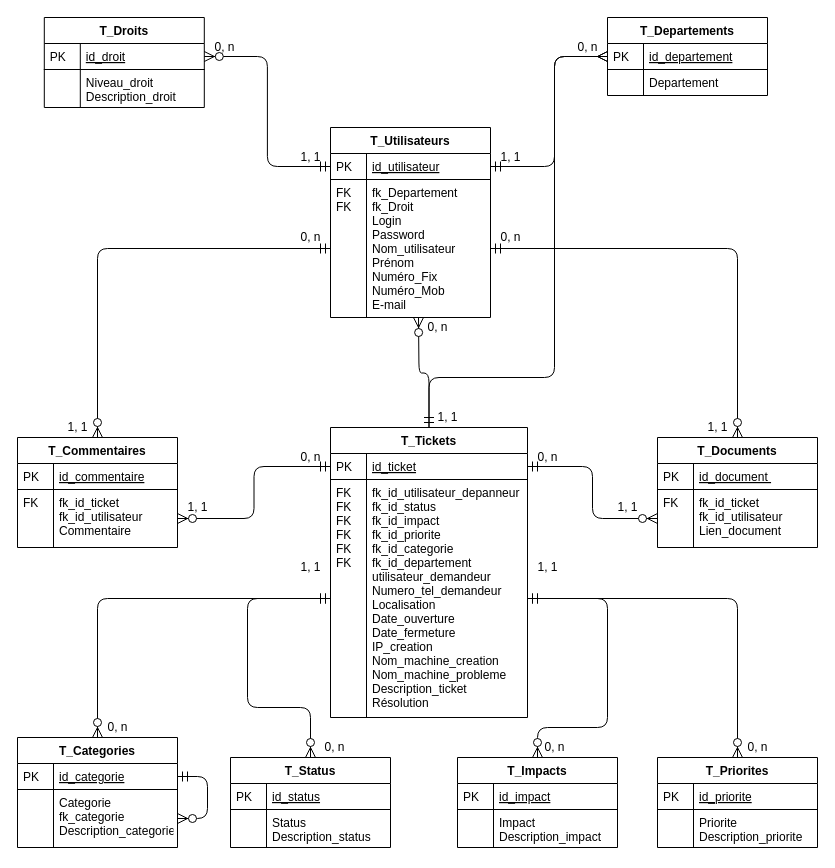
The draw.io diagram Base de données/MLD_MPTicket.drawio in Hero-Chan/Projet_Ticketing, before the edit. Source tidied: cells renumbered, new cells numbered last; positions are measured from the earlier drawing's top-left corner, leaving out a move shared by most shapes. Both pictures are drawn from the tidied source at 100%, with x=0, y=0 at pixel (17, 17).
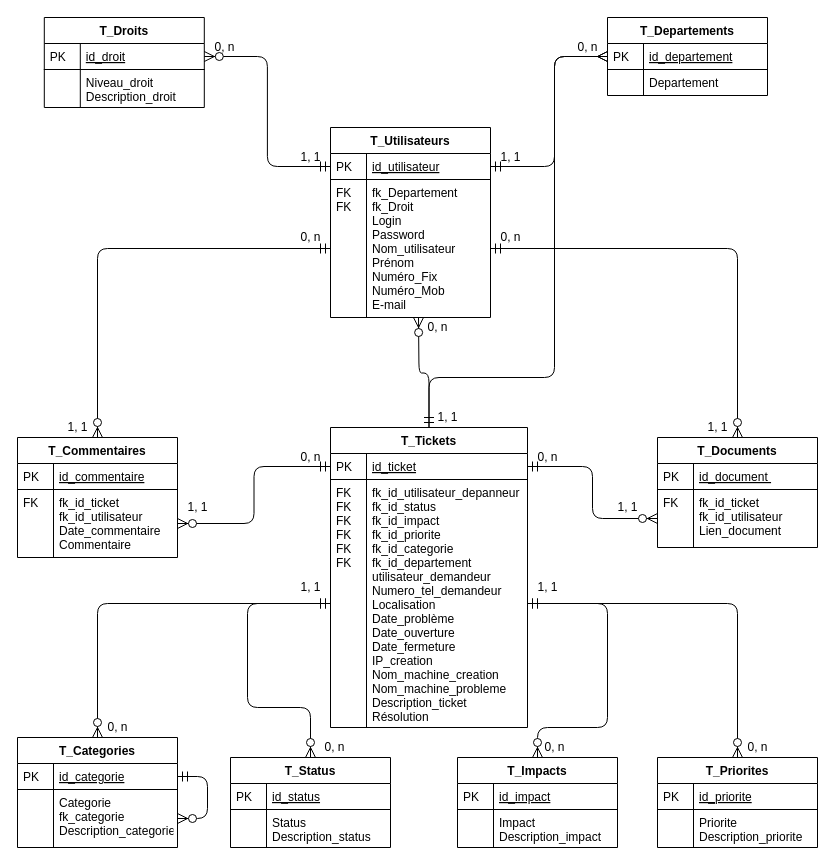
The same diagram, later.

The change refers to these unchanged cells:
```xml
<mxCell id="25" value="T_Categories" style="swimlane;fontStyle=1;horizontal=1;startSize=26;rounded=0;shadow=0;strokeWidth=1;" parent="1" vertex="1">
  <mxGeometry y="720" width="160" height="110" as="geometry" />
</mxCell>
<mxCell id="70" value="T_Status" style="swimlane;fontStyle=1;horizontal=1;startSize=26;rounded=0;shadow=0;strokeWidth=1;" parent="1" vertex="1">
  <mxGeometry x="213" y="740" width="160" height="90" as="geometry" />
</mxCell>
<mxCell id="80" value="T_Impacts" style="swimlane;fontStyle=1;horizontal=1;startSize=26;rounded=0;shadow=0;strokeWidth=1;" parent="1" vertex="1">
  <mxGeometry x="440" y="740" width="160" height="90" as="geometry" />
</mxCell>
```

Diff of the diagram source:
```diff
@@
     <mxCell id="14" value="T_Tickets" style="swimlane;fontStyle=1;horizontal=1;startSize=26;rounded=0;shadow=0;strokeWidth=1;" parent="1" vertex="1">
-      <mxGeometry x="313" y="410" width="197" height="290" as="geometry" />
+      <mxGeometry x="313" y="410" width="197" height="300" as="geometry" />
     </mxCell>
@@
-    <mxCell id="17" value="fk_id_utilisateur_depanneur&#10;fk_id_status&#10;fk_id_impact&#10;fk_id_priorite&#10;fk_id_categorie&#10;fk_id_departement&#10;utilisateur_demandeur&#10;Numero_tel_demandeur&#10;Localisation&#10;Date_ouverture&#10;Date_fermeture&#10;IP_creation&#10;Nom_machine_creation&#10;Nom_machine_probleme&#10;Description_ticket&#10;Résolution" style="shape=partialRectangle;top=0;left=0;right=0;bottom=0;align=left;verticalAlign=top;fillColor=none;spacingLeft=40;spacingRight=4;overflow=hidden;points=[[0,0.5],[1,0.5]];portConstraint=eastwest;rounded=0;shadow=0;strokeWidth=1;" parent="14" vertex="1">
-      <mxGeometry y="52" width="197" height="238" as="geometry" />
+    <mxCell id="17" value="fk_id_utilisateur_depanneur&#10;fk_id_status&#10;fk_id_impact&#10;fk_id_priorite&#10;fk_id_categorie&#10;fk_id_departement&#10;utilisateur_demandeur&#10;Numero_tel_demandeur&#10;Localisation&#10;Date_problème&#10;Date_ouverture&#10;Date_fermeture&#10;IP_creation&#10;Nom_machine_creation&#10;Nom_machine_probleme&#10;Description_ticket&#10;Résolution" style="shape=partialRectangle;top=0;left=0;right=0;bottom=0;align=left;verticalAlign=top;fillColor=none;spacingLeft=40;spacingRight=4;overflow=hidden;points=[[0,0.5],[1,0.5]];portConstraint=eastwest;rounded=0;shadow=0;strokeWidth=1;" parent="14" vertex="1">
+      <mxGeometry y="52" width="197" height="248" as="geometry" />
     </mxCell>
     <mxCell id="18" value="FK&#10;FK&#10;FK&#10;FK&#10;FK&#10;FK" style="shape=partialRectangle;top=0;left=0;bottom=0;fillColor=none;align=left;verticalAlign=top;spacingLeft=4;spacingRight=4;overflow=hidden;" parent="17" vertex="1">
-      <mxGeometry width="36" height="238" as="geometry" />
+      <mxGeometry width="36" height="248" as="geometry" />
     </mxCell>
@@
     <mxCell id="31" value="T_Commentaires" style="swimlane;fontStyle=1;horizontal=1;startSize=26;rounded=0;shadow=0;strokeWidth=1;" parent="1" vertex="1">
-      <mxGeometry y="420" width="160" height="110" as="geometry" />
+      <mxGeometry y="420" width="160" height="120" as="geometry" />
     </mxCell>
@@
-    <mxCell id="34" value="fk_id_ticket&#10;fk_id_utilisateur&#10;Commentaire" style="shape=partialRectangle;top=0;left=0;right=0;bottom=0;align=left;verticalAlign=top;fillColor=none;spacingLeft=40;spacingRight=4;overflow=hidden;points=[[0,0.5],[1,0.5]];portConstraint=eastwest;rounded=0;shadow=0;strokeWidth=1;" parent="31" vertex="1">
-      <mxGeometry y="52" width="160" height="58" as="geometry" />
+    <mxCell id="34" value="fk_id_ticket&#10;fk_id_utilisateur&#10;Date_commentaire&#10;Commentaire" style="shape=partialRectangle;top=0;left=0;right=0;bottom=0;align=left;verticalAlign=top;fillColor=none;spacingLeft=40;spacingRight=4;overflow=hidden;points=[[0,0.5],[1,0.5]];portConstraint=eastwest;rounded=0;shadow=0;strokeWidth=1;" parent="31" vertex="1">
+      <mxGeometry y="52" width="160" height="68" as="geometry" />
     </mxCell>
     <mxCell id="35" value="FK" style="shape=partialRectangle;top=0;left=0;bottom=0;fillColor=none;align=left;verticalAlign=top;spacingLeft=4;spacingRight=4;overflow=hidden;" parent="34" vertex="1">
-      <mxGeometry width="36" height="58" as="geometry" />
+      <mxGeometry width="36" height="68" as="geometry" />
     </mxCell>
     <mxCell id="36" style="edgeStyle=orthogonalEdgeStyle;endArrow=ERzeroToMany;startArrow=ERmandOne;shadow=0;strokeWidth=1;endSize=8;startSize=8;entryX=0.5;entryY=0;entryDx=0;entryDy=0;exitX=0;exitY=0.5;exitDx=0;exitDy=0;" parent="1" edge="1" source="17" target="25">
       <mxGeometry relative="1" as="geometry">
         <Array as="points">
-          <mxPoint x="80" y="581" />
+          <mxPoint x="80" y="586" />
         </Array>
       </mxGeometry>
     </mxCell>
@@
     <mxCell id="38" style="edgeStyle=orthogonalEdgeStyle;endArrow=ERzeroToMany;startArrow=ERmandOne;shadow=0;strokeWidth=1;endSize=8;startSize=8;entryX=0.5;entryY=0;entryDx=0;entryDy=0;exitX=1;exitY=0.5;exitDx=0;exitDy=0;" parent="1" edge="1" source="17" target="80">
       <mxGeometry relative="1" as="geometry">
         <Array as="points">
-          <mxPoint x="590" y="581" />
+          <mxPoint x="590" y="586" />
           <mxPoint x="590" y="710" />
           <mxPoint x="520" y="710" />
         </Array>
       </mxGeometry>
     </mxCell>
@@
     <mxCell id="41" value="1, 1" style="text;html=1;align=center;verticalAlign=middle;" parent="1" vertex="1">
-      <mxGeometry x="510" y="540" width="40" height="20" as="geometry" />
+      <mxGeometry x="510" y="560" width="40" height="20" as="geometry" />
     </mxCell>
@@
     <mxCell id="55" value="1, 1" style="text;html=1;align=center;verticalAlign=middle;" parent="1" vertex="1">
-      <mxGeometry x="273" y="540" width="40" height="20" as="geometry" />
+      <mxGeometry x="273" y="560" width="40" height="20" as="geometry" />
     </mxCell>
     <mxCell id="56" style="edgeStyle=orthogonalEdgeStyle;endArrow=ERzeroToMany;startArrow=ERmandOne;shadow=0;strokeWidth=1;endSize=8;startSize=8;entryX=0.5;entryY=0;entryDx=0;entryDy=0;exitX=0;exitY=0.5;exitDx=0;exitDy=0;" parent="1" edge="1" source="17" target="70">
       <mxGeometry relative="1" as="geometry">
         <Array as="points">
-          <mxPoint x="230" y="581" />
+          <mxPoint x="230" y="586" />
           <mxPoint x="230" y="690" />
           <mxPoint x="293" y="690" />
         </Array>
       </mxGeometry>
     </mxCell>
```
